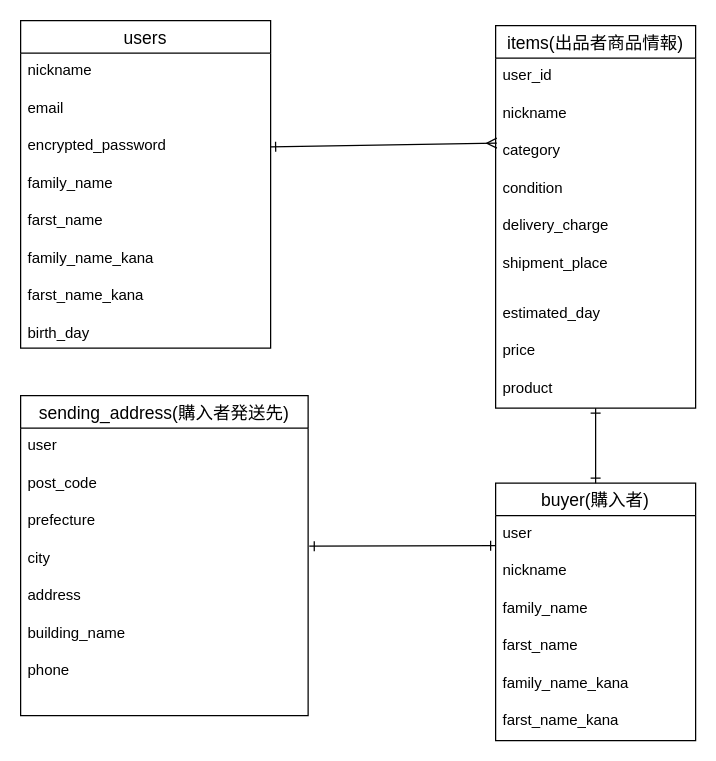
The draw.io diagram furima.dio in tsukasakaiko/furima-37303, before the edit. Source tidied: cells renumbered, new cells numbered last; positions are measured from the earlier drawing's top-left corner, leaving out a move shared by most shapes. Both pictures are drawn from the tidied source at 125%, with x=0, y=0 at pixel (20, 20).
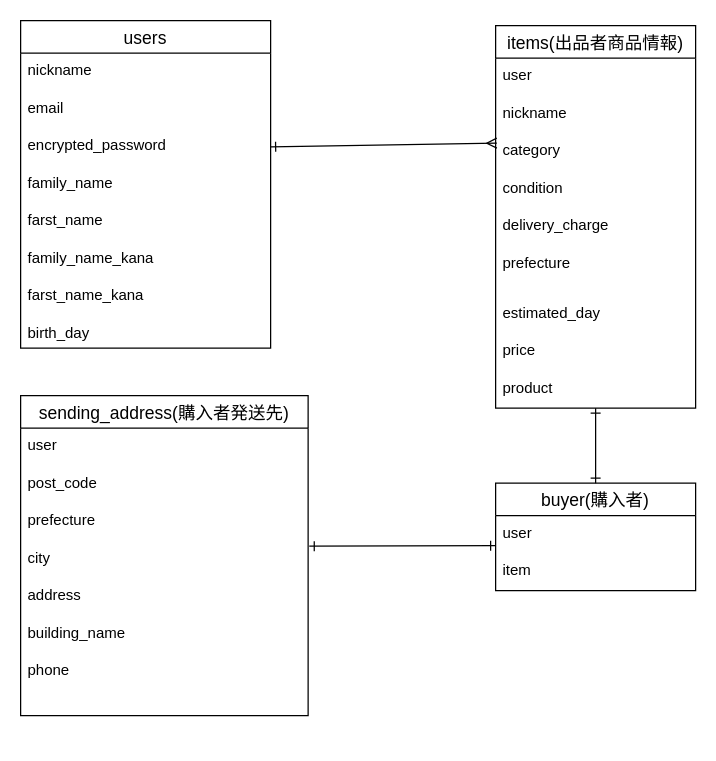
The same page after the edit.

The change refers to these unchanged cells:
```xml
<mxCell id="20" value="items(出品者商品情報)" style="swimlane;fontStyle=0;horizontal=1;startSize=26;align=center;fontSize=14;" parent="1" vertex="1">
  <mxGeometry x="380" y="4" width="160" height="306" as="geometry" />
</mxCell>
```

Change to the diagram source:
```diff
@@
-    <mxCell id="21" value="user_id" style="text;strokeColor=none;fillColor=none;spacingLeft=4;spacingRight=4;overflow=hidden;fontSize=12;" parent="20" vertex="1">
+    <mxCell id="21" value="user" style="text;strokeColor=none;fillColor=none;spacingLeft=4;spacingRight=4;overflow=hidden;fontSize=12;" parent="20" vertex="1">
       <mxGeometry y="26" width="160" height="30" as="geometry" />
     </mxCell>
@@
-    <mxCell id="26" value="shipment_place" style="text;strokeColor=none;fillColor=none;spacingLeft=4;spacingRight=4;overflow=hidden;fontSize=12;" parent="20" vertex="1">
+    <mxCell id="26" value="prefecture" style="text;strokeColor=none;fillColor=none;spacingLeft=4;spacingRight=4;overflow=hidden;fontSize=12;" parent="20" vertex="1">
       <mxGeometry y="176" width="160" height="40" as="geometry" />
     </mxCell>
@@
     <mxCell id="30" value="buyer(購入者)" style="swimlane;fontStyle=0;horizontal=1;startSize=26;align=center;fontSize=14;" parent="1" vertex="1">
-      <mxGeometry x="380" y="370" width="160" height="206" as="geometry" />
+      <mxGeometry x="380" y="370" width="160" height="86" as="geometry" />
     </mxCell>
@@
-    <mxCell id="32" value="nickname" style="text;strokeColor=none;fillColor=none;spacingLeft=4;spacingRight=4;overflow=hidden;fontSize=12;" parent="30" vertex="1">
+    <mxCell id="32" value="item" style="text;strokeColor=none;fillColor=none;spacingLeft=4;spacingRight=4;overflow=hidden;fontSize=12;" parent="30" vertex="1">
       <mxGeometry y="56" width="160" height="30" as="geometry" />
     </mxCell>
-    <mxCell id="33" value="family_name" style="text;strokeColor=none;fillColor=none;spacingLeft=4;spacingRight=4;overflow=hidden;fontSize=12;" parent="30" vertex="1">
-      <mxGeometry y="86" width="160" height="30" as="geometry" />
-    </mxCell>
-    <mxCell id="34" value="farst_name" style="text;strokeColor=none;fillColor=none;spacingLeft=4;spacingRight=4;overflow=hidden;fontSize=12;" parent="30" vertex="1">
-      <mxGeometry y="116" width="160" height="30" as="geometry" />
-    </mxCell>
-    <mxCell id="35" value="family_name_kana" style="text;strokeColor=none;fillColor=none;spacingLeft=4;spacingRight=4;overflow=hidden;fontSize=12;" parent="30" vertex="1">
-      <mxGeometry y="146" width="160" height="30" as="geometry" />
-    </mxCell>
-    <mxCell id="36" value="farst_name_kana" style="text;strokeColor=none;fillColor=none;spacingLeft=4;spacingRight=4;overflow=hidden;fontSize=12;" parent="30" vertex="1">
-      <mxGeometry y="176" width="160" height="30" as="geometry" />
-    </mxCell>
```
